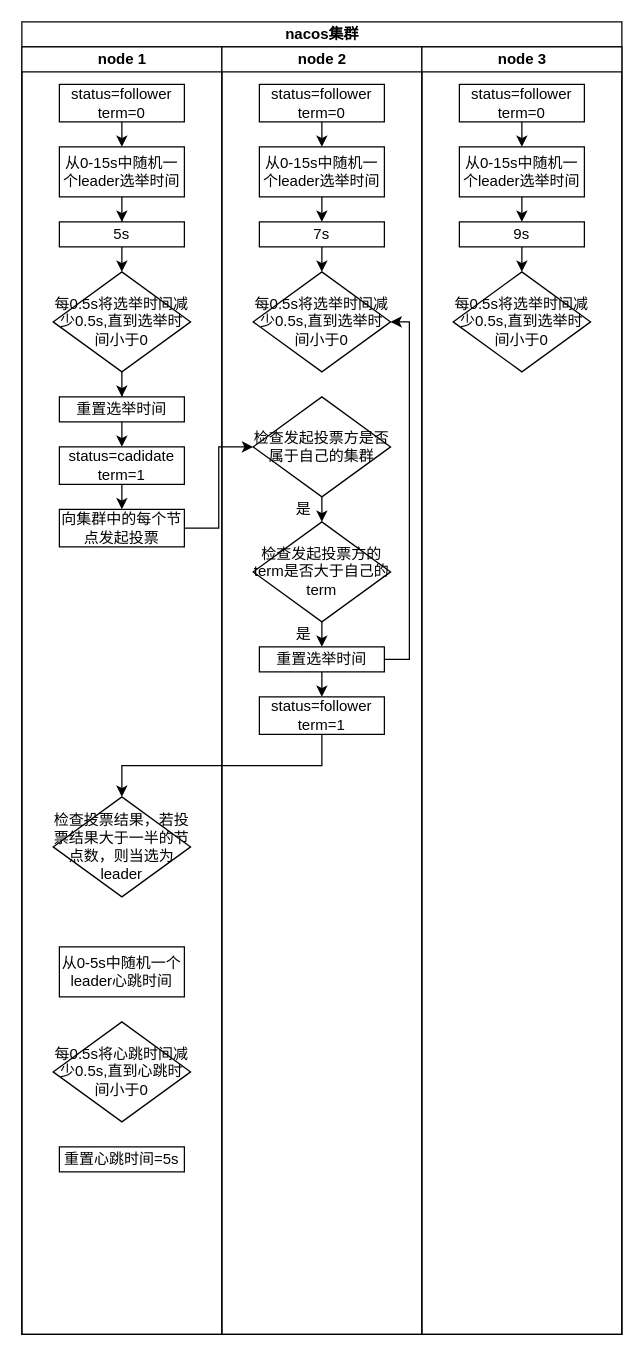
This is nacos_old_raft.drawio from julingpu/coffee, a draw.io file, before an edit. Source tidied: cells renumbered, new cells numbered last; positions are measured from the earlier drawing's top-left corner, leaving out a move shared by most shapes. Both pictures are drawn from the tidied source at 125%, with x=0, y=0 at pixel (21, 21).
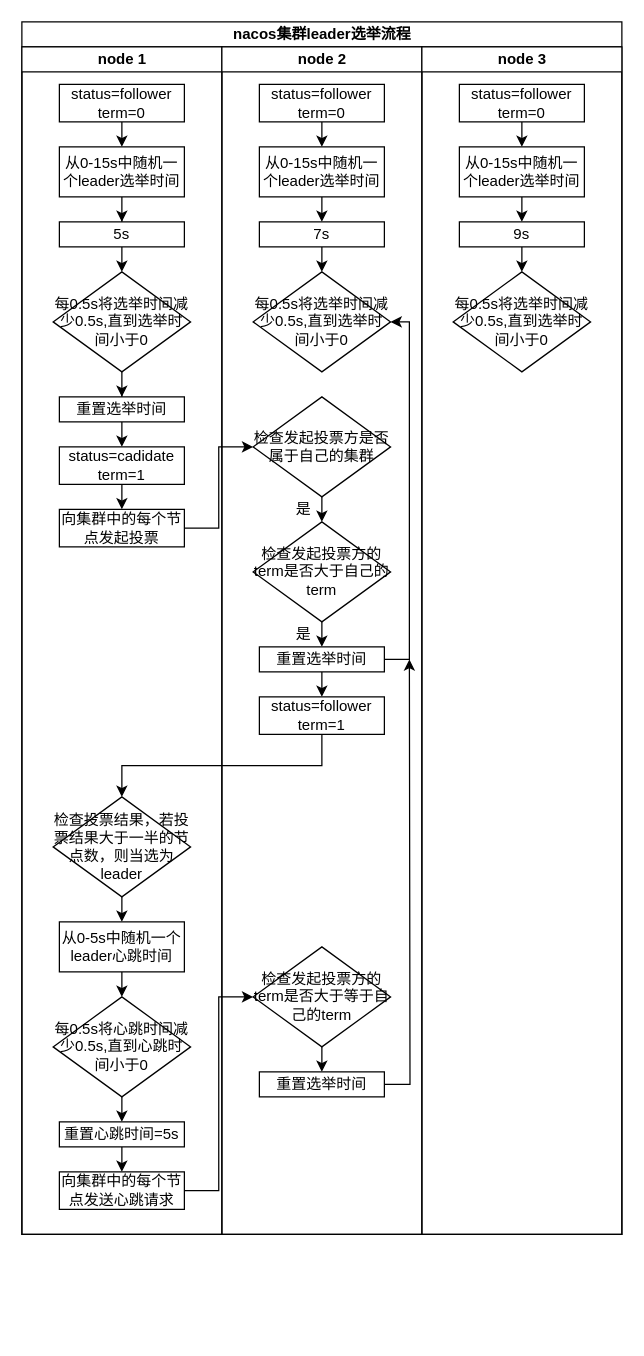
Above is the later version.

The change refers to these unchanged cells:
```xml
<mxCell id="17" value="检查投票结果，若投票结果大于一半的节点数，则当选为leader" style="rhombus;whiteSpace=wrap;html=1;" parent="3" vertex="1">
  <mxGeometry x="25" y="600" width="110" height="80" as="geometry" />
</mxCell>
```

Change to the diagram source:
```diff
@@
-    <mxCell id="2" value="nacos集群" style="swimlane;html=1;startSize=20;" parent="1" vertex="1">
-      <mxGeometry width="480" height="1050" as="geometry" />
+    <mxCell id="2" value="nacos集群leader选举流程" style="swimlane;html=1;startSize=20;" parent="1" vertex="1">
+      <mxGeometry width="480" height="970" as="geometry" />
     </mxCell>
     <mxCell id="3" value="node 1" style="swimlane;html=1;startSize=20;" parent="2" vertex="1">
-      <mxGeometry y="20" width="160" height="1030" as="geometry" />
+      <mxGeometry y="20" width="160" height="950" as="geometry" />
     </mxCell>
@@
+    <mxCell id="49" style="edgeStyle=orthogonalEdgeStyle;rounded=0;jettySize=auto;html=1;exitX=0.5;exitY=1;exitDx=0;exitDy=0;entryX=0.5;entryY=0;entryDx=0;entryDy=0;" parent="3" edge="1" source="17" target="18">
+      <mxGeometry relative="1" as="geometry" />
+    </mxCell>
@@
+    <mxCell id="50" style="edgeStyle=orthogonalEdgeStyle;rounded=0;jettySize=auto;html=1;exitX=0.5;exitY=1;exitDx=0;exitDy=0;entryX=0.5;entryY=0;entryDx=0;entryDy=0;" parent="3" edge="1" source="18" target="19">
+      <mxGeometry relative="1" as="geometry" />
+    </mxCell>
     <mxCell id="18" value="从0-5s中随机一个leader心跳时间" style="rounded=0;whiteSpace=wrap;html=1;" parent="3" vertex="1">
-      <mxGeometry x="30" y="720" width="100" height="40" as="geometry" />
+      <mxGeometry x="30" y="700" width="100" height="40" as="geometry" />
     </mxCell>
+    <mxCell id="51" style="edgeStyle=orthogonalEdgeStyle;rounded=0;jettySize=auto;html=1;exitX=0.5;exitY=1;exitDx=0;exitDy=0;entryX=0.5;entryY=0;entryDx=0;entryDy=0;" parent="3" edge="1" source="19" target="20">
+      <mxGeometry relative="1" as="geometry" />
+    </mxCell>
     <mxCell id="19" value="每0.5s将心跳时间减少0.5s,直到心跳时间小于0" style="rhombus;whiteSpace=wrap;html=1;" parent="3" vertex="1">
-      <mxGeometry x="25" y="780" width="110" height="80" as="geometry" />
+      <mxGeometry x="25" y="760" width="110" height="80" as="geometry" />
     </mxCell>
+    <mxCell id="52" style="edgeStyle=orthogonalEdgeStyle;rounded=0;jettySize=auto;html=1;exitX=0.5;exitY=1;exitDx=0;exitDy=0;entryX=0.5;entryY=0;entryDx=0;entryDy=0;" parent="3" edge="1" source="20" target="53">
+      <mxGeometry relative="1" as="geometry" />
+    </mxCell>
     <mxCell id="20" value="重置心跳时间=5s" style="rounded=0;whiteSpace=wrap;html=1;" parent="3" vertex="1">
-      <mxGeometry x="30" y="880" width="100" height="20" as="geometry" />
+      <mxGeometry x="30" y="860" width="100" height="20" as="geometry" />
     </mxCell>
+    <mxCell id="53" value="向集群中的每个节点发送心跳请求" style="rounded=0;whiteSpace=wrap;html=1;" parent="3" vertex="1">
+      <mxGeometry x="30" y="900" width="100" height="30" as="geometry" />
+    </mxCell>
     <mxCell id="21" value="node 2" style="swimlane;html=1;startSize=20;" parent="2" vertex="1">
-      <mxGeometry x="160" y="20" width="160" height="1030" as="geometry" />
+      <mxGeometry x="160" y="20" width="160" height="950" as="geometry" />
     </mxCell>
@@
+    <mxCell id="54" style="edgeStyle=orthogonalEdgeStyle;rounded=0;jettySize=auto;html=1;exitX=0.5;exitY=1;exitDx=0;exitDy=0;entryX=0.5;entryY=0;entryDx=0;entryDy=0;" parent="21" edge="1" source="55" target="56">
+      <mxGeometry relative="1" as="geometry" />
+    </mxCell>
+    <mxCell id="55" value="检查发起投票方的term是否大于等于自己的term" style="rhombus;whiteSpace=wrap;html=1;" parent="21" vertex="1">
+      <mxGeometry x="25" y="720" width="110" height="80" as="geometry" />
+    </mxCell>
+    <mxCell id="56" value="重置选举时间" style="rounded=0;whiteSpace=wrap;html=1;" parent="21" vertex="1">
+      <mxGeometry x="30" y="820" width="100" height="20" as="geometry" />
+    </mxCell>
     <mxCell id="39" value="node 3" style="swimlane;html=1;startSize=20;" parent="2" vertex="1">
-      <mxGeometry x="320" y="20" width="160" height="1030" as="geometry" />
+      <mxGeometry x="320" y="20" width="160" height="950" as="geometry" />
     </mxCell>
@@
+    <mxCell id="57" style="edgeStyle=orthogonalEdgeStyle;rounded=0;jettySize=auto;html=1;exitX=1;exitY=0.5;exitDx=0;exitDy=0;entryX=0;entryY=0.5;entryDx=0;entryDy=0;" parent="2" edge="1" source="53" target="55">
+      <mxGeometry relative="1" as="geometry" />
+    </mxCell>
+    <mxCell id="58" style="edgeStyle=orthogonalEdgeStyle;rounded=0;jettySize=auto;html=1;exitX=1;exitY=0.5;exitDx=0;exitDy=0;" parent="1" edge="1" source="56">
+      <mxGeometry relative="1" as="geometry">
+        <mxPoint x="310" y="510" as="targetPoint" />
+      </mxGeometry>
+    </mxCell>
```
